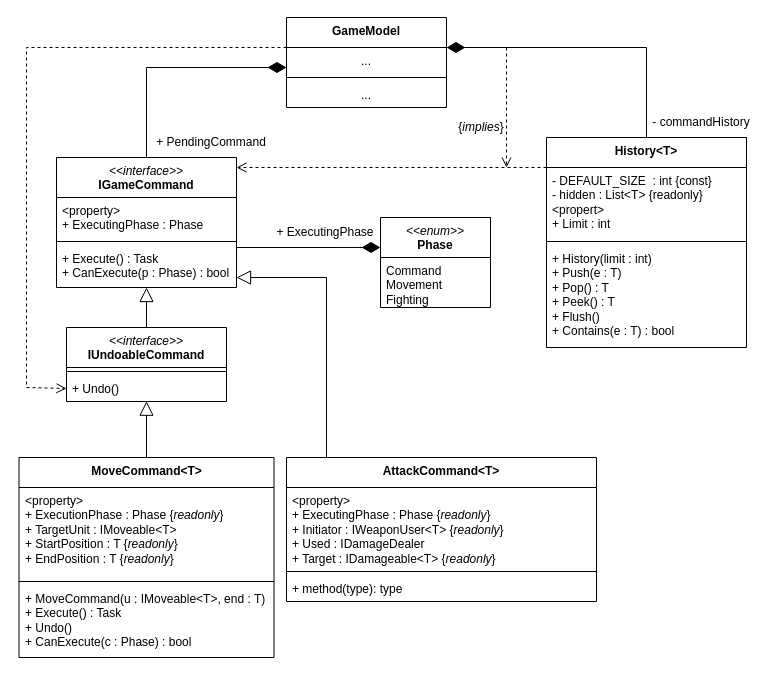
Before: page "Model_Commands" (11 of 14) of Documents/Diagram/Thesis.drawio in GrG0312/Szakdolgozat, a draw.io diagram. Source tidied: cells renumbered, new cells numbered last; positions are measured from the earlier drawing's top-left corner, leaving out a move shared by most shapes. Both pictures are drawn from the tidied source at 100%, with x=0, y=0 at pixel (18, 17).
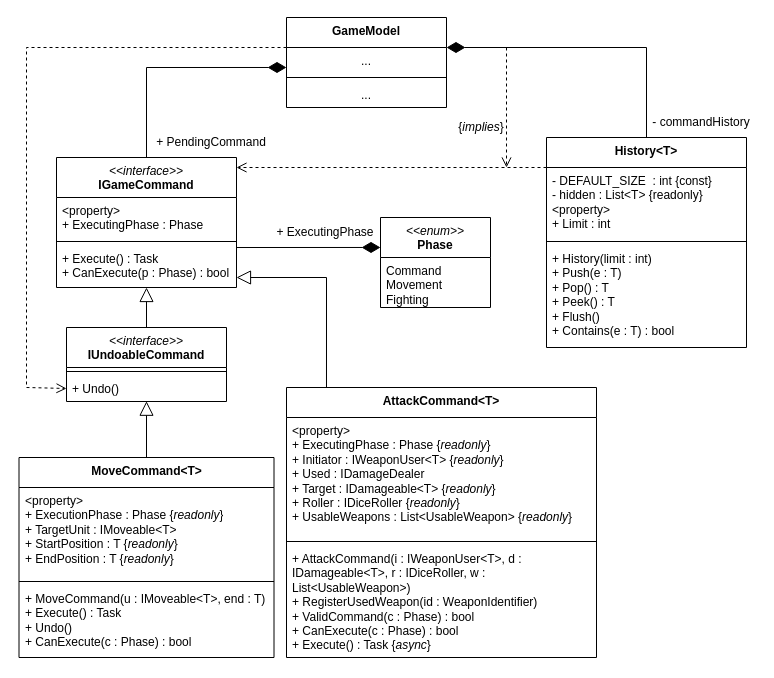
The same page after the edit.

The change refers to these unchanged cells:
```xml
<mxCell id="2" value="&lt;div&gt;&lt;span style=&quot;background-color: initial;&quot;&gt;History&amp;lt;T&amp;gt;&lt;/span&gt;&lt;br&gt;&lt;/div&gt;" style="swimlane;fontStyle=1;align=center;verticalAlign=top;horizontal=1;startSize=30;whiteSpace=wrap;html=1;labelBackgroundColor=none;" parent="1" vertex="1">
  <mxGeometry x="528" y="120" width="200" height="210" as="geometry" />
</mxCell>
```

Diff of the diagram source:
```diff
@@
-    <mxCell id="3" value="- DEFAULT_SIZE&amp;nbsp; : int {const}&lt;div&gt;- hidden : List&amp;lt;T&amp;gt; {readonly}&lt;/div&gt;&lt;div&gt;&amp;lt;propert&amp;gt;&lt;/div&gt;&lt;div&gt;+ Limit : int&lt;/div&gt;" style="text;strokeColor=none;fillColor=none;align=left;verticalAlign=top;spacingLeft=4;spacingRight=4;overflow=hidden;points=[[0,0.5],[1,0.5]];portConstraint=eastwest;whiteSpace=wrap;html=1;labelBackgroundColor=none;" parent="2" vertex="1">
+    <mxCell id="3" value="- DEFAULT_SIZE&amp;nbsp; : int {const}&lt;div&gt;- hidden : List&amp;lt;T&amp;gt; {readonly}&lt;/div&gt;&lt;div&gt;&amp;lt;property&amp;gt;&lt;/div&gt;&lt;div&gt;+ Limit : int&lt;/div&gt;" style="text;strokeColor=none;fillColor=none;align=left;verticalAlign=top;spacingLeft=4;spacingRight=4;overflow=hidden;points=[[0,0.5],[1,0.5]];portConstraint=eastwest;whiteSpace=wrap;html=1;labelBackgroundColor=none;" parent="2" vertex="1">
       <mxGeometry y="30" width="200" height="70" as="geometry" />
     </mxCell>
@@
     <mxCell id="34" value="&lt;div&gt;&lt;span style=&quot;background-color: initial;&quot;&gt;AttackCommand&amp;lt;T&amp;gt;&lt;/span&gt;&lt;br&gt;&lt;/div&gt;" style="swimlane;fontStyle=1;align=center;verticalAlign=top;horizontal=1;startSize=30;whiteSpace=wrap;html=1;labelBackgroundColor=none;" parent="1" vertex="1">
-      <mxGeometry x="268" y="440" width="310" height="144" as="geometry" />
+      <mxGeometry x="268" y="370" width="310" height="270" as="geometry" />
     </mxCell>
-    <mxCell id="35" value="&amp;lt;property&amp;gt;&lt;div&gt;+ ExecutingPhase : Phase {&lt;i&gt;readonly&lt;/i&gt;}&lt;br&gt;&lt;div&gt;+ Initiator : IWeaponUser&amp;lt;T&amp;gt; {&lt;i&gt;readonly&lt;/i&gt;}&lt;/div&gt;&lt;/div&gt;&lt;div&gt;+ Used : IDamageDealer&lt;/div&gt;&lt;div&gt;+ Target : IDamageable&amp;lt;T&amp;gt; {&lt;i&gt;readonly&lt;/i&gt;}&lt;/div&gt;" style="text;strokeColor=none;fillColor=none;align=left;verticalAlign=top;spacingLeft=4;spacingRight=4;overflow=hidden;whiteSpace=wrap;html=1;labelBackgroundColor=none;" parent="34" vertex="1">
-      <mxGeometry y="30" width="310" height="80" as="geometry" />
+    <mxCell id="35" value="&amp;lt;property&amp;gt;&lt;div&gt;+ ExecutingPhase : Phase {&lt;i&gt;readonly&lt;/i&gt;}&lt;br&gt;&lt;div&gt;+ Initiator : IWeaponUser&amp;lt;T&amp;gt; {&lt;i&gt;readonly&lt;/i&gt;}&lt;/div&gt;&lt;/div&gt;&lt;div&gt;+ Used : IDamageDealer&lt;/div&gt;&lt;div&gt;+ Target : IDamageable&amp;lt;T&amp;gt; {&lt;i&gt;readonly&lt;/i&gt;}&lt;/div&gt;&lt;div&gt;+ Roller : IDiceRoller {&lt;i&gt;readonly&lt;/i&gt;}&lt;/div&gt;&lt;div&gt;+ UsableWeapons : List&amp;lt;UsableWeapon&amp;gt; {&lt;i&gt;readonly&lt;/i&gt;}&lt;/div&gt;" style="text;strokeColor=none;fillColor=none;align=left;verticalAlign=top;spacingLeft=4;spacingRight=4;overflow=hidden;whiteSpace=wrap;html=1;labelBackgroundColor=none;" parent="34" vertex="1">
+      <mxGeometry y="30" width="310" height="120" as="geometry" />
     </mxCell>
     <mxCell id="36" style="line;strokeWidth=1;fillColor=none;align=left;verticalAlign=middle;spacingTop=-1;spacingLeft=3;spacingRight=3;labelPosition=right;labelBackgroundColor=none;" parent="34" vertex="1">
-      <mxGeometry y="110" width="310" height="8" as="geometry" />
+      <mxGeometry y="150" width="310" height="8" as="geometry" />
     </mxCell>
-    <mxCell id="37" value="+ method(type): type" style="text;strokeColor=none;fillColor=none;align=left;verticalAlign=top;spacingLeft=4;spacingRight=4;overflow=hidden;whiteSpace=wrap;html=1;labelBackgroundColor=none;" parent="34" vertex="1">
-      <mxGeometry y="118" width="310" height="26" as="geometry" />
+    <mxCell id="37" value="+ AttackCommand(i : IWeaponUser&amp;lt;T&amp;gt;, d : IDamageable&amp;lt;T&amp;gt;, r : IDiceRoller, w : List&amp;lt;UsableWeapon&amp;gt;)&lt;div&gt;+ RegisterUsedWeapon(id : WeaponIdentifier)&lt;/div&gt;&lt;div&gt;+ ValidCommand(c : Phase) : bool&lt;/div&gt;&lt;div&gt;+ CanExecute(c : Phase) : bool&lt;/div&gt;&lt;div&gt;+ Execute() : Task {&lt;i&gt;async&lt;/i&gt;}&lt;/div&gt;" style="text;strokeColor=none;fillColor=none;align=left;verticalAlign=top;spacingLeft=4;spacingRight=4;overflow=hidden;whiteSpace=wrap;html=1;labelBackgroundColor=none;" parent="34" vertex="1">
+      <mxGeometry y="158" width="310" height="112" as="geometry" />
     </mxCell>
```
